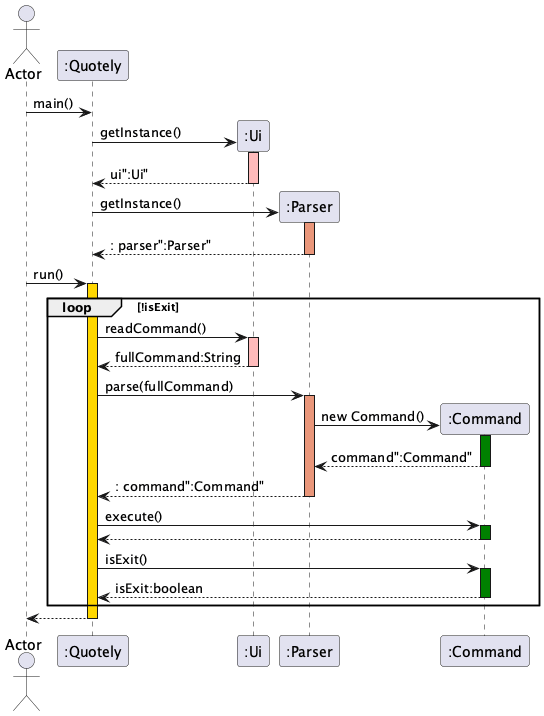
Earlier version of the PlantUML export uml/sequenceDiagram.png (Tanjy55/tp).
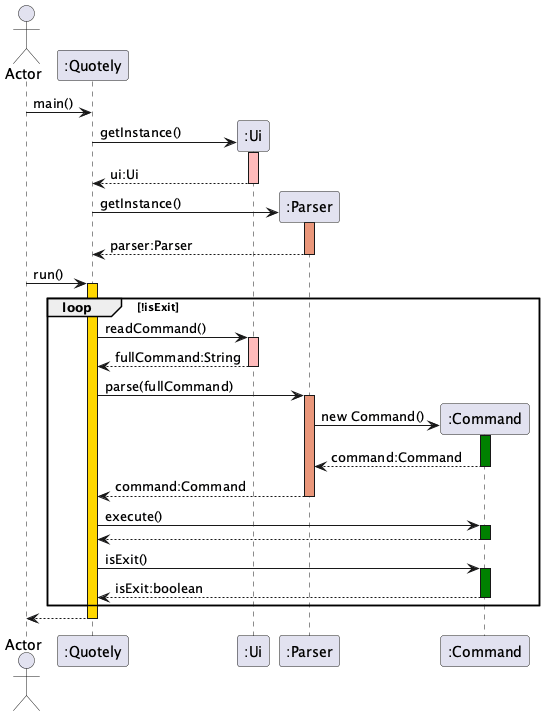
The same file after the commit.

What changed in the source:
```diff
@@ -6,11 +6,11 @@
 
 ":Quotely" -> ":Ui" **: getInstance()
 activate ":Ui" #FFBBBB
-return ui":Ui"
+return ui:Ui
 
 ":Quotely" -> ":Parser" **: getInstance()
 activate ":Parser" #DarkSalmon
-return: parser":Parser"
+return parser:Parser
 
 Actor -> ":Quotely" ++ #Gold: run()
 
@@ -24,9 +24,9 @@
 
     ":Parser" -> ":Command" **: new Command()
     activate ":Command" #Green
-    return command":Command"
+    return command:Command
 
-    return: command":Command"
+    return command:Command
 
     ":Quotely" -> ":Command" ++ #Green: execute()
     return
```
